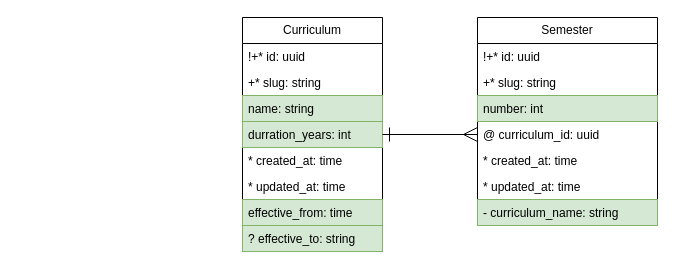
IrusHunter/duckademic keeps this draw.io diagram as page "Curriculum" (8 of 8) of docs/entity_relationship.drawio. Above is the earlier version. Source tidied: cells renumbered, new cells numbered last; positions are measured from the earlier drawing's top-left corner, leaving out a move shared by most shapes. Both pictures are drawn from the tidied source at 100%, with x=0, y=0 at pixel (242, 17).
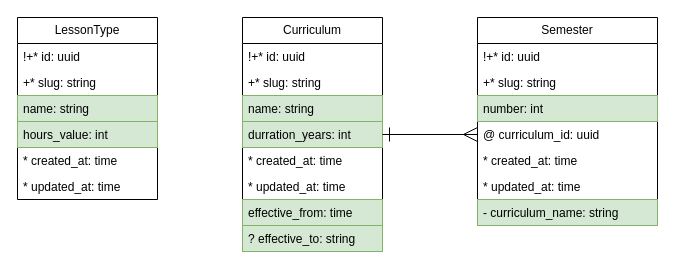
The same diagram, later.

What changed in the source:
```diff
@@
+    <mxCell id="20" value="LessonType" style="swimlane;fontStyle=0;horizontal=1;startSize=26;fillColor=none;whiteSpace=wrap;html=1;" parent="1" vertex="1">
+      <mxGeometry x="-225" width="140" height="182" as="geometry" />
+    </mxCell>
+    <mxCell id="21" value="!+* id: uuid" style="text;strokeColor=none;fillColor=none;align=left;verticalAlign=top;spacingLeft=4;spacingRight=4;overflow=hidden;whiteSpace=wrap;html=1;" parent="20" vertex="1">
+      <mxGeometry y="26" width="140" height="26" as="geometry" />
+    </mxCell>
+    <mxCell id="22" value="+* slug: string" style="text;strokeColor=none;fillColor=none;align=left;verticalAlign=top;spacingLeft=4;spacingRight=4;overflow=hidden;whiteSpace=wrap;html=1;" parent="20" vertex="1">
+      <mxGeometry y="52" width="140" height="26" as="geometry" />
+    </mxCell>
+    <mxCell id="23" value="name: string" style="text;strokeColor=#82b366;fillColor=#d5e8d4;align=left;verticalAlign=top;spacingLeft=4;spacingRight=4;overflow=hidden;whiteSpace=wrap;html=1;" parent="20" vertex="1">
+      <mxGeometry y="78" width="140" height="26" as="geometry" />
+    </mxCell>
+    <mxCell id="24" value="hours_value: int" style="text;strokeColor=#82b366;fillColor=#d5e8d4;align=left;verticalAlign=top;spacingLeft=4;spacingRight=4;overflow=hidden;whiteSpace=wrap;html=1;" parent="20" vertex="1">
+      <mxGeometry y="104" width="140" height="26" as="geometry" />
+    </mxCell>
+    <mxCell id="25" value="* created_at: time" style="text;strokeColor=none;fillColor=none;align=left;verticalAlign=top;spacingLeft=4;spacingRight=4;overflow=hidden;whiteSpace=wrap;html=1;" parent="20" vertex="1">
+      <mxGeometry y="130" width="140" height="26" as="geometry" />
+    </mxCell>
+    <mxCell id="26" value="* updated_at: time" style="text;strokeColor=none;fillColor=none;align=left;verticalAlign=top;spacingLeft=4;spacingRight=4;overflow=hidden;whiteSpace=wrap;html=1;" parent="20" vertex="1">
+      <mxGeometry y="156" width="140" height="26" as="geometry" />
+    </mxCell>
```
